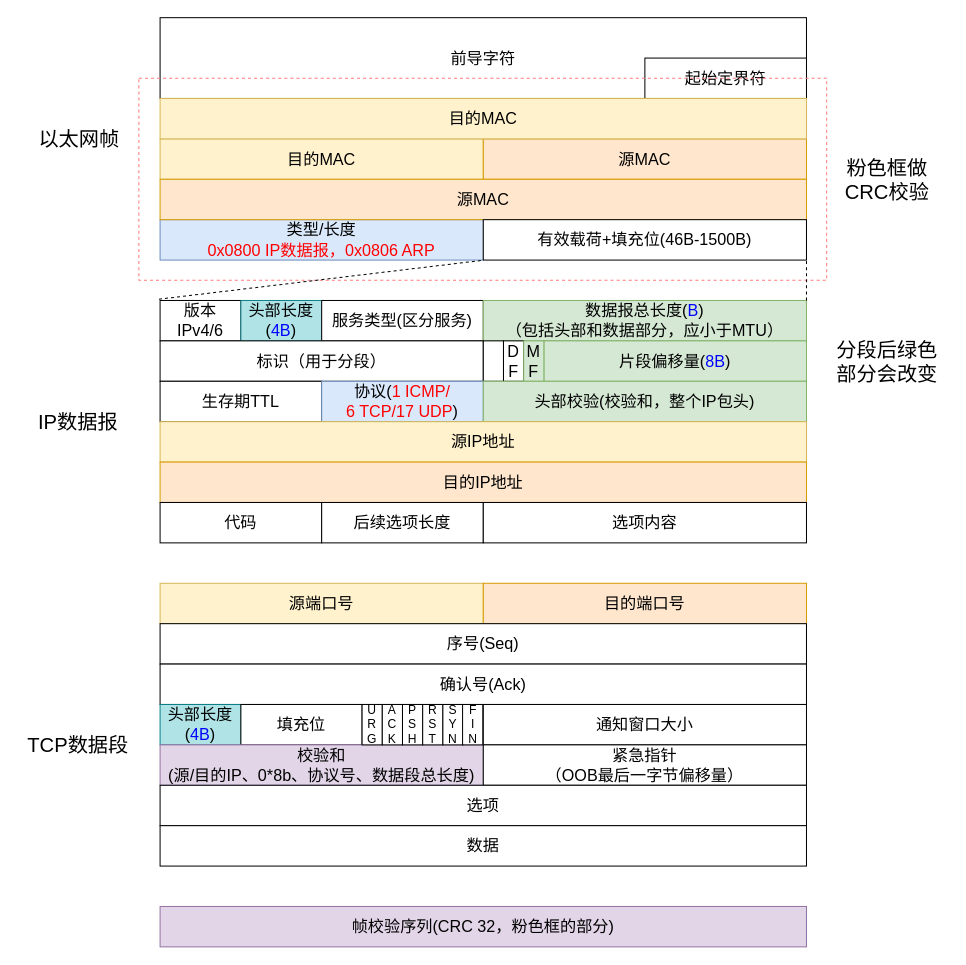
This is page "headers" (2 of 2) of Computer_Networking/fig/network.drawio from chhzh123/CS-Notes, a draw.io file, before an edit. Source tidied: cells renumbered, new cells numbered last; positions are measured from the earlier drawing's top-left corner, leaving out a move shared by most shapes. Both pictures are drawn from the tidied source at 101%, with x=0, y=0 at pixel (17, 17).
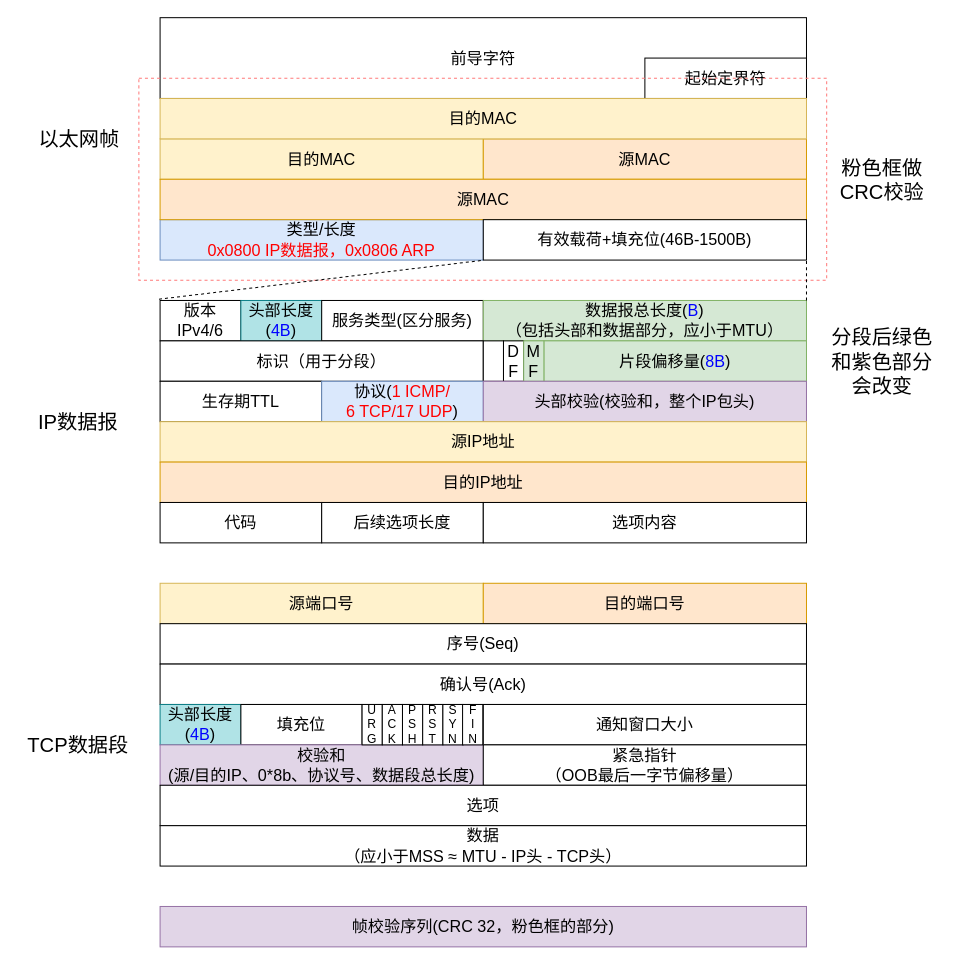
The same page after the edit.

The edit, as a diff of the source:
```diff
@@
-    <mxCell id="18" value="头部校验(校验和，整个IP包头)" style="rounded=0;whiteSpace=wrap;html=1;fontSize=16;fillColor=#d5e8d4;strokeColor=#82b366;" parent="1" vertex="1">
+    <mxCell id="18" value="头部校验(校验和，整个IP包头)" style="rounded=0;whiteSpace=wrap;html=1;fontSize=16;fillColor=#e1d5e7;strokeColor=#9673a6;" parent="1" vertex="1">
       <mxGeometry x="461" y="360" width="320" height="40" as="geometry" />
     </mxCell>
@@
-    <mxCell id="37" value="数据" style="rounded=0;whiteSpace=wrap;html=1;fontSize=16;" parent="1" vertex="1">
+    <mxCell id="37" value="数据&lt;br&gt;（应小于MSS ≈ MTU - IP头 - TCP头）&lt;br&gt;" style="rounded=0;whiteSpace=wrap;html=1;fontSize=16;" parent="1" vertex="1">
       <mxGeometry x="141" y="800" width="640" height="40" as="geometry" />
     </mxCell>
@@
-    <mxCell id="45" value="分段后绿色部分会改变" style="text;html=1;strokeColor=none;fillColor=none;align=center;verticalAlign=middle;whiteSpace=wrap;rounded=0;fontSize=20;" parent="1" vertex="1">
-      <mxGeometry x="801.2" y="330" width="120" height="20" as="geometry" />
+    <mxCell id="45" value="分段后绿色和紫色部分会改变" style="text;html=1;strokeColor=none;fillColor=none;align=center;verticalAlign=middle;whiteSpace=wrap;rounded=0;fontSize=20;" parent="1" vertex="1">
+      <mxGeometry x="801" y="330" width="110" height="20" as="geometry" />
     </mxCell>
     <mxCell id="46" value="粉色框做&lt;br&gt;CRC校验&lt;br&gt;" style="text;html=1;strokeColor=none;fillColor=none;align=center;verticalAlign=middle;whiteSpace=wrap;rounded=0;fontSize=20;" parent="1" vertex="1">
-      <mxGeometry x="801.2" y="150" width="120" height="20" as="geometry" />
+      <mxGeometry x="801" y="150" width="110" height="20" as="geometry" />
     </mxCell>
```
